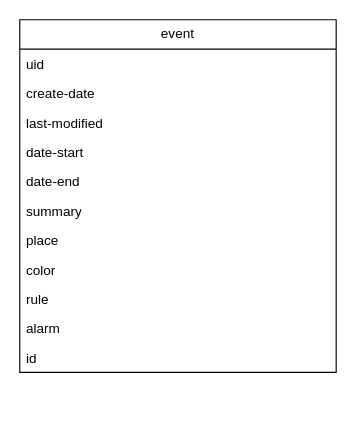
Before: back-end/database-diagram-ER.drawio in Ha0-Z/haozhang.se, a draw.io diagram. Source tidied: cells renumbered, new cells numbered last; positions are measured from the earlier drawing's top-left corner, leaving out a move shared by most shapes. Both pictures are drawn from the tidied source at 113%, with x=0, y=0 at pixel (19, 19).
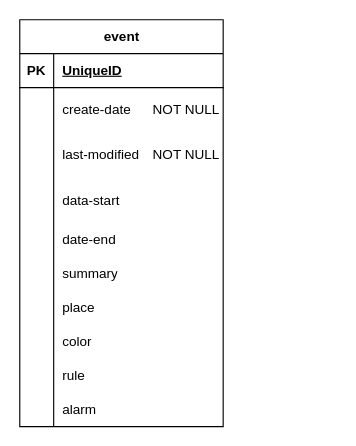
After the change.

What changed in the source:
```diff
@@
-    <mxCell id="2" value="event" style="swimlane;fontStyle=0;horizontal=1;startSize=26;fillColor=none;whiteSpace=wrap;html=1;" parent="1" vertex="1">
-      <mxGeometry width="280" height="312" as="geometry" />
+    <mxCell id="2" value="event" style="shape=table;startSize=30;childLayout=tableLayout;rowLines=0;fontStyle=1;align=center;html=1;" parent="1" vertex="1">
+      <mxGeometry width="180" height="360" as="geometry" />
     </mxCell>
-    <mxCell id="3" value="u&lt;span style=&quot;background-color: transparent; color: light-dark(rgb(0, 0, 0), rgb(255, 255, 255));&quot;&gt;id&lt;/span&gt;" style="text;strokeColor=none;fillColor=none;align=left;verticalAlign=top;spacingLeft=4;spacingRight=4;overflow=hidden;whiteSpace=wrap;html=1;" parent="2" vertex="1">
-      <mxGeometry y="26" width="280" height="26" as="geometry" />
-    </mxCell>
-    <mxCell id="4" value="create-date&lt;div&gt;&lt;br&gt;&lt;/div&gt;" style="text;strokeColor=none;fillColor=none;align=left;verticalAlign=top;spacingLeft=4;spacingRight=4;overflow=hidden;whiteSpace=wrap;html=1;" parent="2" vertex="1">
-      <mxGeometry y="52" width="280" height="26" as="geometry" />
-    </mxCell>
-    <mxCell id="5" value="last-modified&lt;div&gt;&lt;br&gt;&lt;/div&gt;" style="text;strokeColor=none;fillColor=none;align=left;verticalAlign=top;spacingLeft=4;spacingRight=4;overflow=hidden;whiteSpace=wrap;html=1;" parent="2" vertex="1">
-      <mxGeometry y="78" width="280" height="26" as="geometry" />
-    </mxCell>
-    <mxCell id="6" value="date-start" style="text;strokeColor=none;fillColor=none;align=left;verticalAlign=top;spacingLeft=4;spacingRight=4;overflow=hidden;whiteSpace=wrap;html=1;" parent="2" vertex="1">
-      <mxGeometry y="104" width="280" height="26" as="geometry" />
-    </mxCell>
+    <mxCell id="14" style="shape=tableRow;horizontal=0;startSize=0;swimlaneHead=0;swimlaneBody=0;fillColor=none;top=0;left=0;right=0;bottom=1;" parent="2" vertex="1">
+      <mxGeometry y="30" width="180" height="30" as="geometry" />
+    </mxCell>
+    <mxCell id="15" value="PK" style="shape=partialRectangle;fillColor=none;top=0;left=0;bottom=0;right=0;fontStyle=1;overflow=hidden;whiteSpace=wrap;html=1;" parent="14" vertex="1">
+      <mxGeometry width="30" height="30" as="geometry" />
+    </mxCell>
+    <mxCell id="16" value="UniqueID" style="shape=partialRectangle;fillColor=none;top=0;left=0;bottom=0;right=0;align=left;spacingLeft=6;fontStyle=5;overflow=hidden;whiteSpace=wrap;html=1;" parent="14" vertex="1">
+      <mxGeometry x="30" width="150" height="30" as="geometry" />
+    </mxCell>
+    <mxCell id="17" style="shape=tableRow;horizontal=0;startSize=0;swimlaneHead=0;swimlaneBody=0;fillColor=none;top=0;left=0;right=0;bottom=0;" parent="2" vertex="1">
+      <mxGeometry y="60" width="180" height="40" as="geometry" />
+    </mxCell>
+    <mxCell id="18" style="shape=partialRectangle;fillColor=none;top=0;left=0;bottom=0;right=0;overflow=hidden;whiteSpace=wrap;html=1;" parent="17" vertex="1">
+      <mxGeometry width="30" height="40" as="geometry" />
+    </mxCell>
+    <mxCell id="19" value="create-date&lt;span style=&quot;white-space: pre;&quot;&gt;&#9;&lt;/span&gt;NOT NULL" style="shape=partialRectangle;fillColor=none;top=0;left=0;bottom=0;right=0;align=left;spacingLeft=6;overflow=hidden;whiteSpace=wrap;html=1;" parent="17" vertex="1">
+      <mxGeometry x="30" width="150" height="40" as="geometry" />
+    </mxCell>
+    <mxCell id="20" style="shape=tableRow;horizontal=0;startSize=0;swimlaneHead=0;swimlaneBody=0;fillColor=none;top=0;left=0;right=0;bottom=0;" parent="2" vertex="1">
+      <mxGeometry y="100" width="180" height="40" as="geometry" />
+    </mxCell>
+    <mxCell id="21" style="shape=partialRectangle;fillColor=none;top=0;left=0;bottom=0;right=0;overflow=hidden;whiteSpace=wrap;html=1;" parent="20" vertex="1">
+      <mxGeometry width="30" height="40" as="geometry" />
+    </mxCell>
+    <mxCell id="22" value="last-modified&lt;span style=&quot;white-space: pre;&quot;&gt;&#9;&lt;/span&gt;NOT NULL" style="shape=partialRectangle;fillColor=none;top=0;left=0;bottom=0;right=0;align=left;spacingLeft=6;overflow=hidden;whiteSpace=wrap;html=1;" parent="20" vertex="1">
+      <mxGeometry x="30" width="150" height="40" as="geometry" />
+    </mxCell>
+    <mxCell id="23" style="shape=tableRow;horizontal=0;startSize=0;swimlaneHead=0;swimlaneBody=0;fillColor=none;top=0;left=0;right=0;bottom=0;" parent="2" vertex="1">
+      <mxGeometry y="140" width="180" height="40" as="geometry" />
+    </mxCell>
+    <mxCell id="24" style="shape=partialRectangle;fillColor=none;top=0;left=0;bottom=0;right=0;overflow=hidden;whiteSpace=wrap;html=1;" parent="23" vertex="1">
+      <mxGeometry width="30" height="40" as="geometry" />
+    </mxCell>
+    <mxCell id="25" value="data-start" style="shape=partialRectangle;fillColor=none;top=0;left=0;bottom=0;right=0;align=left;spacingLeft=6;overflow=hidden;whiteSpace=wrap;html=1;" parent="23" vertex="1">
+      <mxGeometry x="30" width="150" height="40" as="geometry" />
+    </mxCell>
+    <mxCell id="26" style="shape=tableRow;horizontal=0;startSize=0;swimlaneHead=0;swimlaneBody=0;fillColor=none;top=0;left=0;right=0;bottom=0;" parent="2" vertex="1">
+      <mxGeometry y="180" width="180" height="30" as="geometry" />
+    </mxCell>
+    <mxCell id="27" style="shape=partialRectangle;fillColor=none;top=0;left=0;bottom=0;right=0;overflow=hidden;whiteSpace=wrap;html=1;" parent="26" vertex="1">
+      <mxGeometry width="30" height="30" as="geometry" />
+    </mxCell>
-    <mxCell id="7" value="date-end&lt;div&gt;&lt;br&gt;&lt;/div&gt;" style="text;strokeColor=none;fillColor=none;align=left;verticalAlign=top;spacingLeft=4;spacingRight=4;overflow=hidden;whiteSpace=wrap;html=1;" parent="2" vertex="1">
-      <mxGeometry y="130" width="280" height="26" as="geometry" />
+    <mxCell id="7" value="date-end" style="shape=partialRectangle;fillColor=none;top=0;left=0;bottom=0;right=0;align=left;spacingLeft=6;overflow=hidden;whiteSpace=wrap;html=1;" parent="26" vertex="1">
+      <mxGeometry x="30" width="150" height="30" as="geometry" />
     </mxCell>
+    <mxCell id="28" style="shape=tableRow;horizontal=0;startSize=0;swimlaneHead=0;swimlaneBody=0;fillColor=none;top=0;left=0;right=0;bottom=0;" parent="2" vertex="1">
+      <mxGeometry y="210" width="180" height="30" as="geometry" />
+    </mxCell>
+    <mxCell id="29" style="shape=partialRectangle;fillColor=none;top=0;left=0;bottom=0;right=0;overflow=hidden;whiteSpace=wrap;html=1;" parent="28" vertex="1">
+      <mxGeometry width="30" height="30" as="geometry" />
+    </mxCell>
-    <mxCell id="8" value="summary" style="text;strokeColor=none;fillColor=none;align=left;verticalAlign=top;spacingLeft=4;spacingRight=4;overflow=hidden;whiteSpace=wrap;html=1;" parent="2" vertex="1">
-      <mxGeometry y="156" width="280" height="26" as="geometry" />
+    <mxCell id="8" value="summary" style="shape=partialRectangle;fillColor=none;top=0;left=0;bottom=0;right=0;align=left;spacingLeft=6;overflow=hidden;whiteSpace=wrap;html=1;" parent="28" vertex="1">
+      <mxGeometry x="30" width="150" height="30" as="geometry" />
     </mxCell>
+    <mxCell id="30" style="shape=tableRow;horizontal=0;startSize=0;swimlaneHead=0;swimlaneBody=0;fillColor=none;top=0;left=0;right=0;bottom=0;" parent="2" vertex="1">
+      <mxGeometry y="240" width="180" height="30" as="geometry" />
+    </mxCell>
+    <mxCell id="31" style="shape=partialRectangle;fillColor=none;top=0;left=0;bottom=0;right=0;overflow=hidden;whiteSpace=wrap;html=1;" parent="30" vertex="1">
+      <mxGeometry width="30" height="30" as="geometry" />
+    </mxCell>
-    <mxCell id="9" value="place" style="text;strokeColor=none;fillColor=none;align=left;verticalAlign=top;spacingLeft=4;spacingRight=4;overflow=hidden;whiteSpace=wrap;html=1;" parent="2" vertex="1">
-      <mxGeometry y="182" width="280" height="26" as="geometry" />
+    <mxCell id="9" value="place" style="shape=partialRectangle;fillColor=none;top=0;left=0;bottom=0;right=0;align=left;spacingLeft=6;overflow=hidden;whiteSpace=wrap;html=1;" parent="30" vertex="1">
+      <mxGeometry x="30" width="150" height="30" as="geometry" />
     </mxCell>
+    <mxCell id="32" style="shape=tableRow;horizontal=0;startSize=0;swimlaneHead=0;swimlaneBody=0;fillColor=none;top=0;left=0;right=0;bottom=0;" parent="2" vertex="1">
+      <mxGeometry y="270" width="180" height="30" as="geometry" />
+    </mxCell>
+    <mxCell id="33" style="shape=partialRectangle;fillColor=none;top=0;left=0;bottom=0;right=0;overflow=hidden;whiteSpace=wrap;html=1;" parent="32" vertex="1">
+      <mxGeometry width="30" height="30" as="geometry" />
+    </mxCell>
-    <mxCell id="10" value="color" style="text;strokeColor=none;fillColor=none;align=left;verticalAlign=top;spacingLeft=4;spacingRight=4;overflow=hidden;whiteSpace=wrap;html=1;" parent="2" vertex="1">
-      <mxGeometry y="208" width="280" height="26" as="geometry" />
+    <mxCell id="10" value="color" style="shape=partialRectangle;fillColor=none;top=0;left=0;bottom=0;right=0;align=left;spacingLeft=6;overflow=hidden;whiteSpace=wrap;html=1;" parent="32" vertex="1">
+      <mxGeometry x="30" width="150" height="30" as="geometry" />
     </mxCell>
+    <mxCell id="34" style="shape=tableRow;horizontal=0;startSize=0;swimlaneHead=0;swimlaneBody=0;fillColor=none;top=0;left=0;right=0;bottom=0;" parent="2" vertex="1">
+      <mxGeometry y="300" width="180" height="30" as="geometry" />
+    </mxCell>
+    <mxCell id="35" style="shape=partialRectangle;fillColor=none;top=0;left=0;bottom=0;right=0;overflow=hidden;whiteSpace=wrap;html=1;" parent="34" vertex="1">
+      <mxGeometry width="30" height="30" as="geometry" />
+    </mxCell>
-    <mxCell id="11" value="rule" style="text;strokeColor=none;fillColor=none;align=left;verticalAlign=top;spacingLeft=4;spacingRight=4;overflow=hidden;whiteSpace=wrap;html=1;" parent="2" vertex="1">
-      <mxGeometry y="234" width="280" height="26" as="geometry" />
+    <mxCell id="11" value="rule" style="shape=partialRectangle;fillColor=none;top=0;left=0;bottom=0;right=0;align=left;spacingLeft=6;overflow=hidden;whiteSpace=wrap;html=1;" parent="34" vertex="1">
+      <mxGeometry x="30" width="150" height="30" as="geometry" />
     </mxCell>
+    <mxCell id="36" style="shape=tableRow;horizontal=0;startSize=0;swimlaneHead=0;swimlaneBody=0;fillColor=none;top=0;left=0;right=0;bottom=0;" parent="2" vertex="1">
+      <mxGeometry y="330" width="180" height="30" as="geometry" />
+    </mxCell>
+    <mxCell id="37" style="shape=partialRectangle;fillColor=none;top=0;left=0;bottom=0;right=0;overflow=hidden;whiteSpace=wrap;html=1;" parent="36" vertex="1">
+      <mxGeometry width="30" height="30" as="geometry" />
+    </mxCell>
-    <mxCell id="12" value="alarm" style="text;strokeColor=none;fillColor=none;align=left;verticalAlign=top;spacingLeft=4;spacingRight=4;overflow=hidden;whiteSpace=wrap;html=1;" parent="2" vertex="1">
-      <mxGeometry y="260" width="280" height="26" as="geometry" />
+    <mxCell id="12" value="alarm" style="shape=partialRectangle;fillColor=none;top=0;left=0;bottom=0;right=0;align=left;spacingLeft=6;overflow=hidden;whiteSpace=wrap;html=1;" parent="36" vertex="1">
+      <mxGeometry x="30" width="150" height="30" as="geometry" />
     </mxCell>
-    <mxCell id="13" value="id" style="text;strokeColor=none;fillColor=none;align=left;verticalAlign=top;spacingLeft=4;spacingRight=4;overflow=hidden;whiteSpace=wrap;html=1;" parent="2" vertex="1">
-      <mxGeometry y="286" width="280" height="26" as="geometry" />
-    </mxCell>
```
